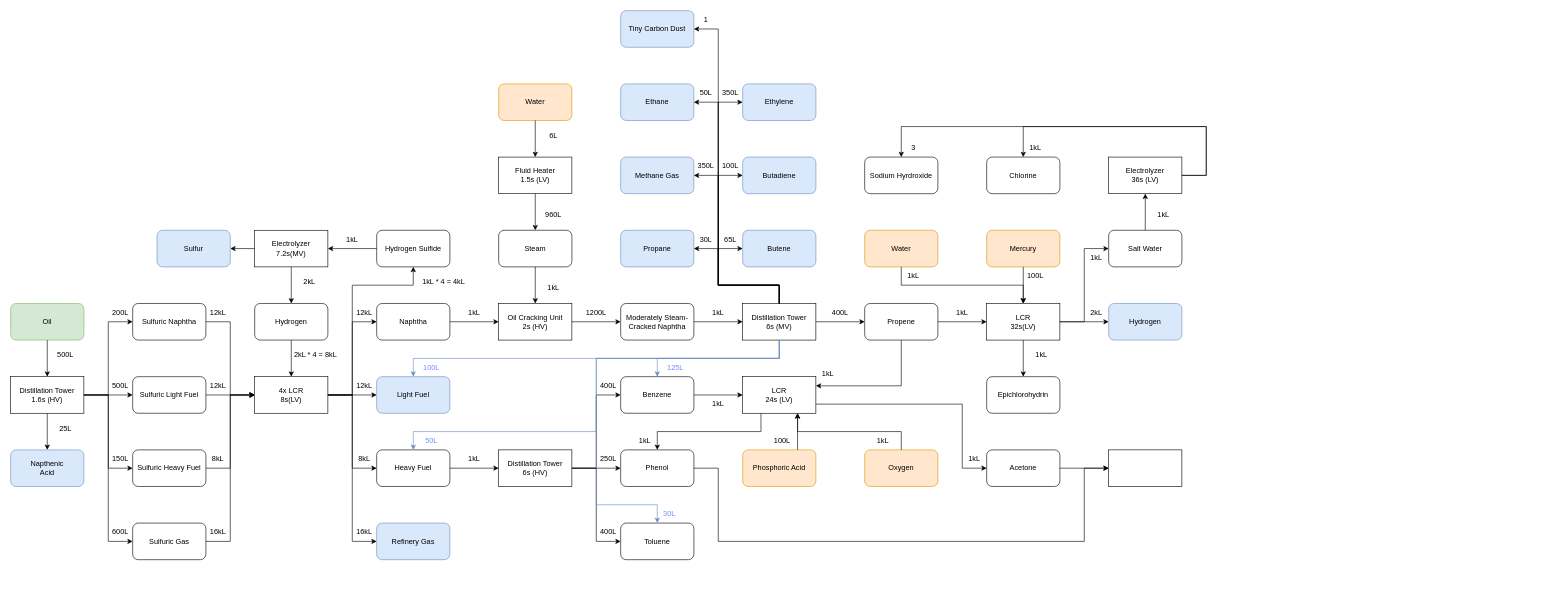
Above: epoxid.drawio in loldapeep/gtnhcharts (draw.io), before the change. Source tidied: cells renumbered, new cells numbered last; positions are measured from the earlier drawing's top-left corner, leaving out a move shared by most shapes. Both pictures are drawn from the tidied source at 61%, with x=0, y=0 at pixel (10, 10).
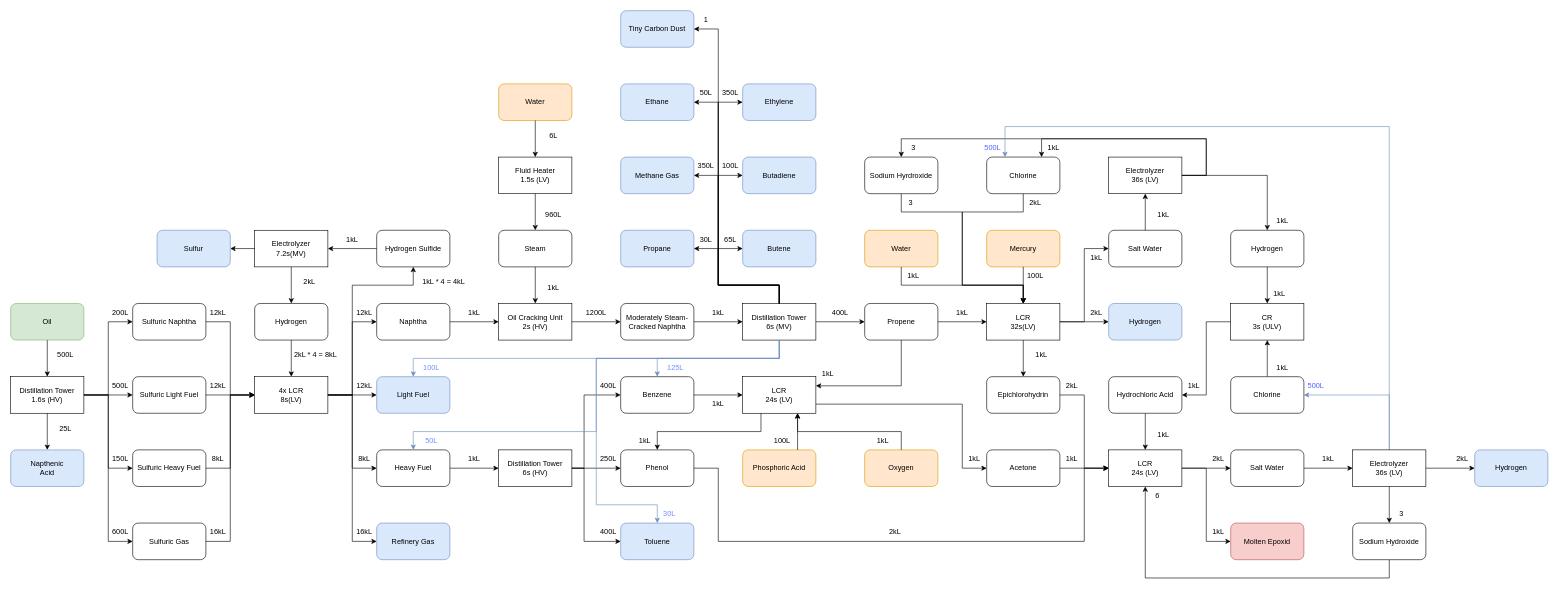
The same page after the edit.

The change refers to these unchanged cells:
```xml
<mxCell id="75" value="Distillation Tower&lt;br&gt;6s (HV)" style="rounded=0;whiteSpace=wrap;html=1;" parent="1" vertex="1">
  <mxGeometry x="800" y="720" width="120" height="60" as="geometry" />
</mxCell>
<mxCell id="78" value="Benzene" style="rounded=1;whiteSpace=wrap;html=1;" parent="1" vertex="1">
  <mxGeometry x="1000" y="600" width="120" height="60" as="geometry" />
</mxCell>
<mxCell id="124" value="LCR&lt;br&gt;32s(LV)" style="rounded=0;whiteSpace=wrap;html=1;" parent="1" vertex="1">
  <mxGeometry x="1600" y="480" width="120" height="60" as="geometry" />
</mxCell>
<mxCell id="125" value="Epichlorohydrin" style="rounded=1;whiteSpace=wrap;html=1;" parent="1" vertex="1">
  <mxGeometry x="1600" y="600" width="120" height="60" as="geometry" />
</mxCell>
<mxCell id="130" value="Chlorine" style="rounded=1;whiteSpace=wrap;html=1;" parent="1" vertex="1">
  <mxGeometry x="1600" y="240" width="120" height="60" as="geometry" />
</mxCell>
<mxCell id="131" value="Sodium Hyrdroxide" style="rounded=1;whiteSpace=wrap;html=1;" parent="1" vertex="1">
  <mxGeometry x="1400" y="240" width="120" height="60" as="geometry" />
</mxCell>
<mxCell id="132" value="Electrolyzer&lt;br&gt;36s (LV)&lt;br&gt;" style="rounded=0;whiteSpace=wrap;html=1;" parent="1" vertex="1">
  <mxGeometry x="1800" y="240" width="120" height="60" as="geometry" />
</mxCell>
```

What changed in the source:
```diff
@@
-    <mxCell id="79" value="Toluene" style="rounded=1;whiteSpace=wrap;html=1;" parent="1" vertex="1">
+    <mxCell id="79" value="Toluene" style="rounded=1;whiteSpace=wrap;html=1;fillColor=#dae8fc;strokeColor=#6c8ebf;" parent="1" vertex="1">
       <mxGeometry x="1000" y="840" width="120" height="60" as="geometry" />
     </mxCell>
@@
     <mxCell id="82" style="endArrow=classic;html=1;rounded=0;exitX=1;exitY=0.5;exitDx=0;exitDy=0;entryX=0;entryY=0.5;entryDx=0;entryDy=0;" parent="1" edge="1" source="75" target="79">
       <mxGeometry relative="1" as="geometry">
         <Array as="points">
-          <mxPoint x="960" y="750" />
-          <mxPoint x="960" y="870" />
+          <mxPoint x="940" y="750" />
+          <mxPoint x="940" y="870" />
         </Array>
       </mxGeometry>
     </mxCell>
     <mxCell id="83" style="endArrow=classic;html=1;rounded=0;entryX=0;entryY=0.5;entryDx=0;entryDy=0;" parent="1" edge="1" target="78">
       <mxGeometry relative="1" as="geometry">
         <mxPoint x="920" y="750" as="sourcePoint" />
         <Array as="points">
-          <mxPoint x="960" y="750" />
-          <mxPoint x="960" y="630" />
+          <mxPoint x="940" y="750" />
+          <mxPoint x="940" y="630" />
         </Array>
       </mxGeometry>
     </mxCell>
@@
+    <mxCell id="165" style="edgeStyle=orthogonalEdgeStyle;rounded=0;jettySize=auto;html=1;exitX=0.5;exitY=1;exitDx=0;exitDy=0;entryX=0.5;entryY=0;entryDx=0;entryDy=0;" parent="1" edge="1" source="130" target="124">
+      <mxGeometry relative="1" as="geometry">
+        <Array as="points">
+          <mxPoint x="1660" y="330" />
+          <mxPoint x="1560" y="330" />
+          <mxPoint x="1560" y="450" />
+          <mxPoint x="1660" y="450" />
+        </Array>
+      </mxGeometry>
+    </mxCell>
@@
+    <mxCell id="166" style="edgeStyle=orthogonalEdgeStyle;rounded=0;jettySize=auto;html=1;exitX=0.5;exitY=1;exitDx=0;exitDy=0;entryX=0.5;entryY=0;entryDx=0;entryDy=0;" parent="1" edge="1" source="131" target="124">
+      <mxGeometry relative="1" as="geometry">
+        <Array as="points">
+          <mxPoint x="1460" y="330" />
+          <mxPoint x="1560" y="330" />
+          <mxPoint x="1560" y="450" />
+          <mxPoint x="1660" y="450" />
+        </Array>
+      </mxGeometry>
+    </mxCell>
@@
-    <mxCell id="142" style="endArrow=classic;html=1;rounded=0;exitX=1;exitY=0.5;exitDx=0;exitDy=0;entryX=0.5;entryY=0;entryDx=0;entryDy=0;" parent="1" edge="1" source="132" target="130">
+    <mxCell id="142" style="endArrow=classic;html=1;rounded=0;exitX=1;exitY=0.5;exitDx=0;exitDy=0;entryX=0.75;entryY=0;entryDx=0;entryDy=0;" parent="1" edge="1" source="132" target="130">
       <mxGeometry relative="1" as="geometry">
         <Array as="points">
           <mxPoint x="1960" y="270" />
-          <mxPoint x="1960" y="190" />
-          <mxPoint x="1660" y="190" />
+          <mxPoint x="1960" y="210" />
+          <mxPoint x="1690" y="210" />
         </Array>
       </mxGeometry>
     </mxCell>
     <mxCell id="143" style="endArrow=classic;html=1;rounded=0;exitX=1;exitY=0.5;exitDx=0;exitDy=0;entryX=0.5;entryY=0;entryDx=0;entryDy=0;" parent="1" edge="1" source="132" target="131">
       <mxGeometry relative="1" as="geometry">
         <Array as="points">
           <mxPoint x="1960" y="270" />
-          <mxPoint x="1960" y="190" />
-          <mxPoint x="1460" y="190" />
+          <mxPoint x="1960" y="210" />
+          <mxPoint x="1460" y="210" />
         </Array>
       </mxGeometry>
     </mxCell>
@@
-    <mxCell id="145" value="1kL" style="text;html=1;strokeColor=none;fillColor=none;align=center;verticalAlign=middle;whiteSpace=wrap;rounded=0;" parent="1" vertex="1">
-      <mxGeometry x="1650" y="210" width="60" height="30" as="geometry" />
-    </mxCell>
@@
+    <mxCell id="167" style="edgeStyle=orthogonalEdgeStyle;rounded=0;jettySize=auto;html=1;exitX=1;exitY=0.5;exitDx=0;exitDy=0;entryX=0;entryY=0.5;entryDx=0;entryDy=0;" parent="1" edge="1" source="163" target="184">
+      <mxGeometry relative="1" as="geometry" />
+    </mxCell>
-    <mxCell id="163" style="rounded=0;whiteSpace=wrap;html=1;" parent="1" vertex="1">
+    <mxCell id="163" value="LCR&lt;br&gt;24s (LV)" style="rounded=0;whiteSpace=wrap;html=1;" parent="1" vertex="1">
       <mxGeometry x="1800" y="720" width="120" height="60" as="geometry" />
     </mxCell>
@@
+    <mxCell id="168" style="endArrow=classic;html=1;rounded=0;exitX=1;exitY=0.5;exitDx=0;exitDy=0;entryX=0;entryY=0.5;entryDx=0;entryDy=0;" parent="1" edge="1" source="125" target="163">
+      <mxGeometry relative="1" as="geometry">
+        <Array as="points">
+          <mxPoint x="1760" y="630" />
+          <mxPoint x="1760" y="750" />
+        </Array>
+      </mxGeometry>
+    </mxCell>
+    <mxCell id="169" value="2kL" style="text;html=1;strokeColor=none;fillColor=none;align=center;verticalAlign=middle;whiteSpace=wrap;rounded=0;" parent="1" vertex="1">
+      <mxGeometry x="1420" y="840" width="60" height="30" as="geometry" />
+    </mxCell>
+    <mxCell id="170" value="1kL" style="text;html=1;strokeColor=none;fillColor=none;align=center;verticalAlign=middle;whiteSpace=wrap;rounded=0;" parent="1" vertex="1">
+      <mxGeometry x="1710" y="720" width="60" height="30" as="geometry" />
+    </mxCell>
+    <mxCell id="171" value="Hydrogen" style="rounded=1;whiteSpace=wrap;html=1;" parent="1" vertex="1">
+      <mxGeometry x="2000" y="360" width="120" height="60" as="geometry" />
+    </mxCell>
+    <mxCell id="172" style="endArrow=classic;html=1;rounded=0;exitX=1;exitY=0.5;exitDx=0;exitDy=0;entryX=0.5;entryY=0;entryDx=0;entryDy=0;" parent="1" edge="1" source="132" target="171">
+      <mxGeometry relative="1" as="geometry">
+        <Array as="points">
+          <mxPoint x="2060" y="270" />
+        </Array>
+      </mxGeometry>
+    </mxCell>
+    <mxCell id="173" value="1kL" style="text;html=1;strokeColor=none;fillColor=none;align=center;verticalAlign=middle;whiteSpace=wrap;rounded=0;" parent="1" vertex="1">
+      <mxGeometry x="2055" y="330" width="60" height="30" as="geometry" />
+    </mxCell>
+    <mxCell id="174" value="CR&lt;br&gt;3s (ULV)" style="rounded=0;whiteSpace=wrap;html=1;" parent="1" vertex="1">
+      <mxGeometry x="2000" y="480" width="120" height="60" as="geometry" />
+    </mxCell>
+    <mxCell id="175" style="endArrow=classic;html=1;rounded=0;exitX=0.5;exitY=1;exitDx=0;exitDy=0;entryX=0.5;entryY=0;entryDx=0;entryDy=0;" parent="1" edge="1" source="171" target="174">
+      <mxGeometry relative="1" as="geometry" />
+    </mxCell>
+    <mxCell id="176" value="2kL" style="text;html=1;strokeColor=none;fillColor=none;align=center;verticalAlign=middle;whiteSpace=wrap;rounded=0;" parent="1" vertex="1">
+      <mxGeometry x="1710" y="600" width="60" height="30" as="geometry" />
+    </mxCell>
+    <mxCell id="177" style="edgeStyle=orthogonalEdgeStyle;rounded=0;jettySize=auto;html=1;exitX=0.5;exitY=1;exitDx=0;exitDy=0;entryX=0.5;entryY=0;entryDx=0;entryDy=0;" parent="1" edge="1" source="178" target="163">
+      <mxGeometry relative="1" as="geometry" />
+    </mxCell>
+    <mxCell id="178" value="Hydrochloric Acid" style="rounded=1;whiteSpace=wrap;html=1;" parent="1" vertex="1">
+      <mxGeometry x="1800" y="600" width="120" height="60" as="geometry" />
+    </mxCell>
+    <mxCell id="179" style="endArrow=classic;html=1;rounded=0;exitX=0;exitY=0.5;exitDx=0;exitDy=0;entryX=1;entryY=0.5;entryDx=0;entryDy=0;" parent="1" edge="1" source="174" target="178">
+      <mxGeometry relative="1" as="geometry">
+        <Array as="points">
+          <mxPoint x="1960" y="510" />
+          <mxPoint x="1960" y="630" />
+        </Array>
+      </mxGeometry>
+    </mxCell>
+    <mxCell id="180" value="1kL" style="text;html=1;strokeColor=none;fillColor=none;align=center;verticalAlign=middle;whiteSpace=wrap;rounded=0;" parent="1" vertex="1">
+      <mxGeometry x="2050" y="450" width="60" height="30" as="geometry" />
+    </mxCell>
+    <mxCell id="181" value="1kL" style="text;html=1;strokeColor=none;fillColor=none;align=center;verticalAlign=middle;whiteSpace=wrap;rounded=0;" parent="1" vertex="1">
+      <mxGeometry x="1910" y="600" width="60" height="30" as="geometry" />
+    </mxCell>
+    <mxCell id="182" value="1kL" style="text;html=1;strokeColor=none;fillColor=none;align=center;verticalAlign=middle;whiteSpace=wrap;rounded=0;" parent="1" vertex="1">
+      <mxGeometry x="1860" y="680" width="60" height="30" as="geometry" />
+    </mxCell>
+    <mxCell id="183" value="Salt Water" style="rounded=1;whiteSpace=wrap;html=1;" parent="1" vertex="1">
+      <mxGeometry x="2000" y="720" width="120" height="60" as="geometry" />
+    </mxCell>
+    <mxCell id="184" value="Molten Epoxid" style="rounded=1;whiteSpace=wrap;html=1;fillColor=#f8cecc;strokeColor=#b85450;" parent="1" vertex="1">
+      <mxGeometry x="2000" y="840" width="120" height="60" as="geometry" />
+    </mxCell>
+    <mxCell id="185" style="endArrow=classic;html=1;rounded=0;exitX=1;exitY=0.5;exitDx=0;exitDy=0;entryX=0;entryY=0.5;entryDx=0;entryDy=0;" parent="1" edge="1" source="163" target="183">
+      <mxGeometry relative="1" as="geometry" />
+    </mxCell>
+    <mxCell id="186" value="2kL" style="text;html=1;strokeColor=none;fillColor=none;align=center;verticalAlign=middle;whiteSpace=wrap;rounded=0;" parent="1" vertex="1">
+      <mxGeometry x="1950" y="720" width="60" height="30" as="geometry" />
+    </mxCell>
+    <mxCell id="187" value="1kL" style="text;html=1;strokeColor=none;fillColor=none;align=center;verticalAlign=middle;whiteSpace=wrap;rounded=0;" parent="1" vertex="1">
+      <mxGeometry x="1950" y="840" width="60" height="30" as="geometry" />
+    </mxCell>
+    <mxCell id="188" style="edgeStyle=orthogonalEdgeStyle;rounded=0;jettySize=auto;html=1;exitX=0.5;exitY=0;exitDx=0;exitDy=0;entryX=1;entryY=0.5;entryDx=0;entryDy=0;fillColor=#dae8fc;strokeColor=#6c8ebf;" parent="1" edge="1" source="190" target="204">
+      <mxGeometry relative="1" as="geometry" />
+    </mxCell>
+    <mxCell id="189" style="edgeStyle=orthogonalEdgeStyle;rounded=0;jettySize=auto;html=1;exitX=0.5;exitY=0;exitDx=0;exitDy=0;fillColor=#dae8fc;strokeColor=#6c8ebf;" parent="1" edge="1" source="190">
+      <mxGeometry relative="1" as="geometry">
+        <mxPoint x="1630" y="240" as="targetPoint" />
+        <Array as="points">
+          <mxPoint x="2260" y="190" />
+          <mxPoint x="1630" y="190" />
+          <mxPoint x="1630" y="240" />
+        </Array>
+      </mxGeometry>
+    </mxCell>
+    <mxCell id="190" value="Electrolyzer&lt;br&gt;36s (LV)" style="rounded=0;whiteSpace=wrap;html=1;" parent="1" vertex="1">
+      <mxGeometry x="2200" y="720" width="120" height="60" as="geometry" />
+    </mxCell>
+    <mxCell id="191" style="endArrow=classic;html=1;rounded=0;exitX=1;exitY=0.5;exitDx=0;exitDy=0;" parent="1" edge="1" source="183" target="190">
+      <mxGeometry relative="1" as="geometry" />
+    </mxCell>
+    <mxCell id="192" style="endArrow=classic;html=1;rounded=0;exitX=1;exitY=0.5;exitDx=0;exitDy=0;" parent="1" edge="1" source="190">
+      <mxGeometry relative="1" as="geometry">
+        <mxPoint x="2400" y="750" as="targetPoint" />
+      </mxGeometry>
+    </mxCell>
+    <mxCell id="193" value="Hydrogen" style="rounded=1;whiteSpace=wrap;html=1;fillColor=#dae8fc;strokeColor=#6c8ebf;" parent="1" vertex="1">
+      <mxGeometry x="2400" y="720" width="120" height="60" as="geometry" />
+    </mxCell>
+    <mxCell id="194" value="1kL" style="text;html=1;strokeColor=none;fillColor=none;align=center;verticalAlign=middle;whiteSpace=wrap;rounded=0;" parent="1" vertex="1">
+      <mxGeometry x="2130" y="720" width="60" height="30" as="geometry" />
+    </mxCell>
+    <mxCell id="195" style="edgeStyle=orthogonalEdgeStyle;rounded=0;jettySize=auto;html=1;exitX=0.5;exitY=1;exitDx=0;exitDy=0;entryX=0.5;entryY=1;entryDx=0;entryDy=0;" parent="1" edge="1" source="196" target="163">
+      <mxGeometry relative="1" as="geometry">
+        <Array as="points">
+          <mxPoint x="2260" y="930" />
+          <mxPoint x="1860" y="930" />
+        </Array>
+      </mxGeometry>
+    </mxCell>
+    <mxCell id="196" value="Sodium Hydroxide" style="rounded=1;whiteSpace=wrap;html=1;" parent="1" vertex="1">
+      <mxGeometry x="2200" y="840" width="120" height="60" as="geometry" />
+    </mxCell>
+    <mxCell id="197" style="endArrow=classic;html=1;rounded=0;exitX=0.5;exitY=1;exitDx=0;exitDy=0;entryX=0.5;entryY=0;entryDx=0;entryDy=0;" parent="1" edge="1" source="190" target="196">
+      <mxGeometry relative="1" as="geometry" />
+    </mxCell>
+    <mxCell id="198" value="3" style="text;html=1;strokeColor=none;fillColor=none;align=center;verticalAlign=middle;whiteSpace=wrap;rounded=0;" parent="1" vertex="1">
+      <mxGeometry x="2250" y="810" width="60" height="30" as="geometry" />
+    </mxCell>
+    <mxCell id="199" value="6" style="text;html=1;strokeColor=none;fillColor=none;align=center;verticalAlign=middle;whiteSpace=wrap;rounded=0;" parent="1" vertex="1">
+      <mxGeometry x="1850" y="780" width="60" height="30" as="geometry" />
+    </mxCell>
+    <mxCell id="200" value="2kL" style="text;html=1;strokeColor=none;fillColor=none;align=center;verticalAlign=middle;whiteSpace=wrap;rounded=0;" parent="1" vertex="1">
+      <mxGeometry x="2350" y="720" width="60" height="30" as="geometry" />
+    </mxCell>
+    <mxCell id="201" value="2kL" style="text;html=1;strokeColor=none;fillColor=none;align=center;verticalAlign=middle;whiteSpace=wrap;rounded=0;" parent="1" vertex="1">
+      <mxGeometry x="1650" y="300" width="60" height="30" as="geometry" />
+    </mxCell>
+    <mxCell id="202" value="3" style="text;html=1;align=center;verticalAlign=middle;strokeColor=none;fillColor=none;" parent="1" vertex="1">
+      <mxGeometry x="1460" y="300" width="30" height="30" as="geometry" />
+    </mxCell>
+    <mxCell id="203" style="edgeStyle=orthogonalEdgeStyle;rounded=0;jettySize=auto;html=1;exitX=0.5;exitY=0;exitDx=0;exitDy=0;entryX=0.5;entryY=1;entryDx=0;entryDy=0;" parent="1" edge="1" source="204" target="174">
+      <mxGeometry relative="1" as="geometry" />
+    </mxCell>
+    <mxCell id="204" value="Chlorine" style="rounded=1;whiteSpace=wrap;html=1;" parent="1" vertex="1">
+      <mxGeometry x="2000" y="600" width="120" height="60" as="geometry" />
+    </mxCell>
+    <mxCell id="205" value="1kL" style="text;html=1;strokeColor=none;fillColor=none;align=center;verticalAlign=middle;whiteSpace=wrap;rounded=0;" parent="1" vertex="1">
+      <mxGeometry x="2055" y="570" width="60" height="30" as="geometry" />
+    </mxCell>
+    <mxCell id="206" value="&lt;font color=&quot;#4f61ff&quot;&gt;500L&lt;/font&gt;" style="text;html=1;strokeColor=none;fillColor=none;align=center;verticalAlign=middle;whiteSpace=wrap;rounded=0;" parent="1" vertex="1">
+      <mxGeometry x="2110" y="600" width="60" height="30" as="geometry" />
+    </mxCell>
+    <mxCell id="207" value="&lt;font color=&quot;#4d64ff&quot;&gt;500L&lt;/font&gt;" style="text;html=1;strokeColor=none;fillColor=none;align=center;verticalAlign=middle;whiteSpace=wrap;rounded=0;" parent="1" vertex="1">
+      <mxGeometry x="1580" y="210" width="60" height="30" as="geometry" />
+    </mxCell>
+    <mxCell id="208" value="1kL" style="text;html=1;strokeColor=none;fillColor=none;align=center;verticalAlign=middle;whiteSpace=wrap;rounded=0;" parent="1" vertex="1">
+      <mxGeometry x="1680" y="210" width="60" height="30" as="geometry" />
+    </mxCell>
```
